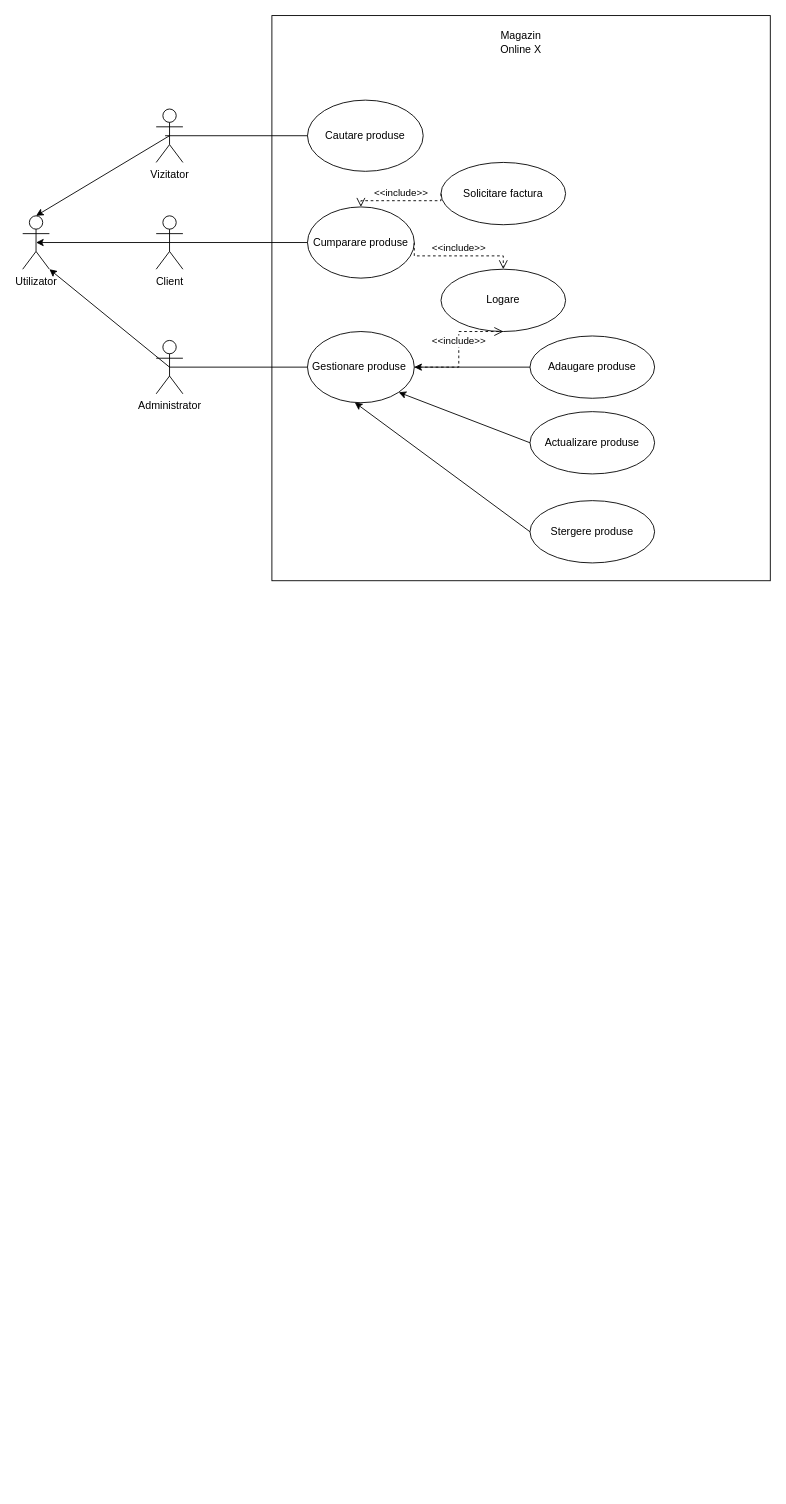
CrutoiAlexandru/APSI keeps this draw.io diagram as 1.drawio. Above is the earlier version. Source tidied: cells renumbered, new cells numbered last; positions are measured from the earlier drawing's top-left corner, leaving out a move shared by most shapes. Both pictures are drawn from the tidied source at 89%, with x=0, y=0 at pixel (22, 15).
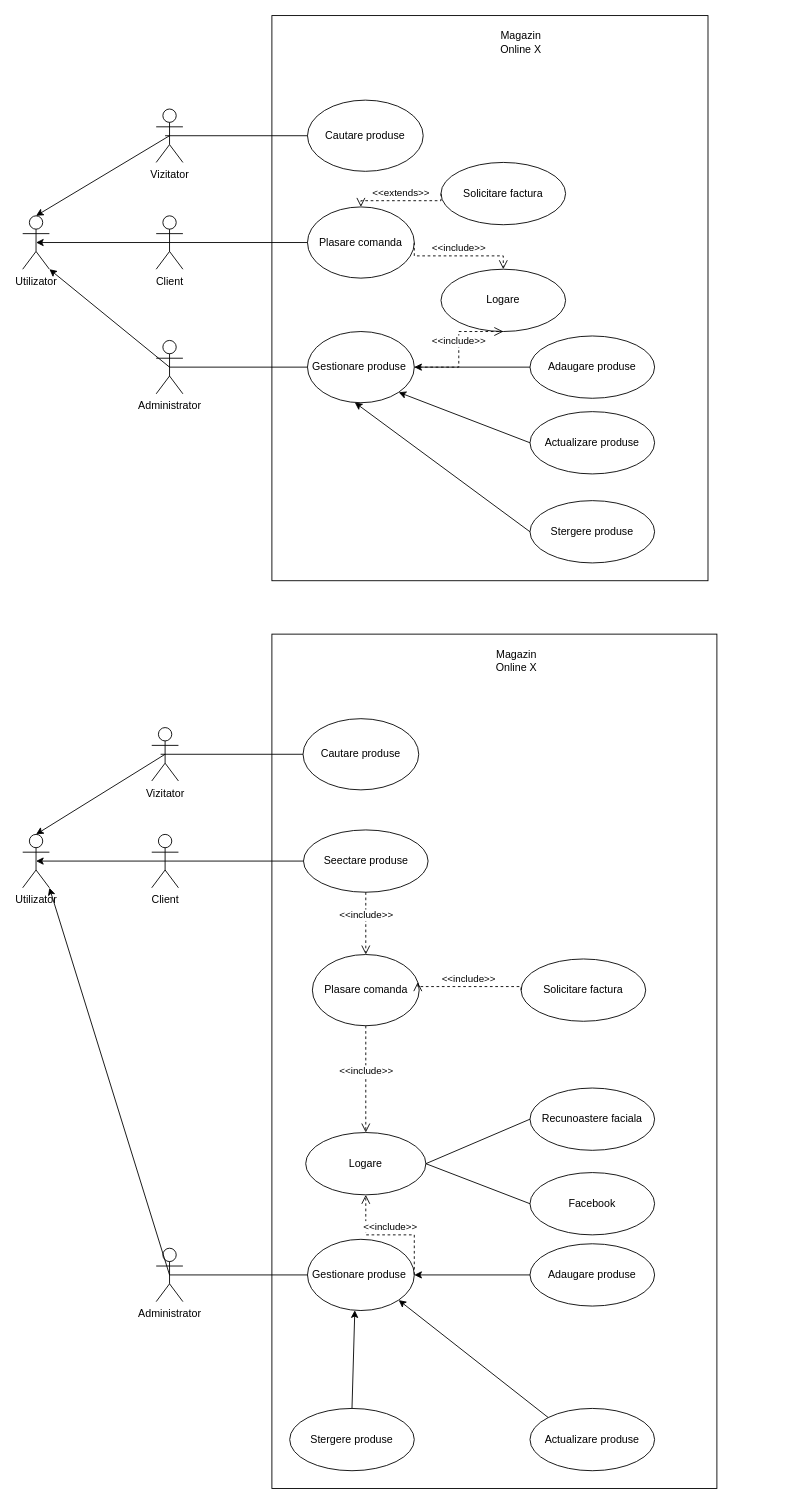
Above is the later version.

Unchanged cells that the change refers to:
```xml
<mxCell id="20" value="Solicitare factura" style="ellipse;whiteSpace=wrap;html=1;" parent="1" vertex="1">
  <mxGeometry x="470" y="165" width="140" height="70" as="geometry" />
</mxCell>
```

Change to the diagram source:
```diff
@@
     <mxCell id="2" value="&lt;div style=&quot;&quot;&gt;&lt;br&gt;&lt;/div&gt;&lt;div style=&quot;&quot;&gt;&lt;br&gt;&lt;/div&gt;" style="html=1;align=center;" parent="1" vertex="1">
-      <mxGeometry x="280" width="560" height="635" as="geometry" />
+      <mxGeometry x="280" width="490" height="635" as="geometry" />
     </mxCell>
@@
-    <mxCell id="4" value="Cumparare produse" style="ellipse;whiteSpace=wrap;html=1;" parent="1" vertex="1">
+    <mxCell id="4" value="Plasare comanda" style="ellipse;whiteSpace=wrap;html=1;" parent="1" vertex="1">
       <mxGeometry x="320" y="215" width="120" height="80" as="geometry" />
     </mxCell>
@@
-    <mxCell id="21" value="&amp;lt;&amp;lt;include&amp;gt;&amp;gt;" style="html=1;verticalAlign=bottom;endArrow=open;dashed=1;endSize=8;edgeStyle=elbowEdgeStyle;elbow=vertical;curved=0;rounded=0;entryX=0.5;entryY=0;entryDx=0;entryDy=0;exitX=0;exitY=0.5;exitDx=0;exitDy=0;" parent="1" edge="1" source="20" target="4">
+    <mxCell id="21" value="&amp;lt;&amp;lt;extends&amp;gt;&amp;gt;" style="html=1;verticalAlign=bottom;endArrow=open;dashed=1;endSize=8;edgeStyle=elbowEdgeStyle;elbow=vertical;curved=0;rounded=0;entryX=0.5;entryY=0;entryDx=0;entryDy=0;exitX=0;exitY=0.5;exitDx=0;exitDy=0;" parent="1" edge="1" source="20" target="4">
       <mxGeometry relative="1" as="geometry" />
     </mxCell>
@@
+    <mxCell id="28" value="&lt;div style=&quot;&quot;&gt;&lt;br&gt;&lt;/div&gt;&lt;div style=&quot;&quot;&gt;&lt;br&gt;&lt;/div&gt;" style="html=1;align=center;" parent="1" vertex="1">
+      <mxGeometry x="280" y="695" width="500" height="960" as="geometry" />
+    </mxCell>
+    <mxCell id="29" value="Client&lt;br&gt;" style="shape=umlActor;verticalLabelPosition=bottom;verticalAlign=top;html=1;" parent="1" vertex="1">
+      <mxGeometry x="145" y="920" width="30" height="60" as="geometry" />
+    </mxCell>
+    <mxCell id="30" value="Plasare comanda" style="ellipse;whiteSpace=wrap;html=1;" parent="1" vertex="1">
+      <mxGeometry x="325.5" y="1055" width="120" height="80" as="geometry" />
+    </mxCell>
+    <mxCell id="31" value="Magazin Online X" style="text;html=1;strokeColor=none;fillColor=none;align=center;verticalAlign=middle;whiteSpace=wrap;rounded=0;" parent="1" vertex="1">
+      <mxGeometry x="525" y="710" width="60" height="30" as="geometry" />
+    </mxCell>
+    <mxCell id="32" value="Gestionare produse&lt;span style=&quot;white-space: pre;&quot;&gt; &lt;/span&gt;" style="ellipse;whiteSpace=wrap;html=1;" parent="1" vertex="1">
+      <mxGeometry x="320" y="1375" width="120" height="80" as="geometry" />
+    </mxCell>
+    <mxCell id="33" value="Utilizator" style="shape=umlActor;verticalLabelPosition=bottom;verticalAlign=top;html=1;" parent="1" vertex="1">
+      <mxGeometry y="920" width="30" height="60" as="geometry" />
+    </mxCell>
+    <mxCell id="34" value="Vizitator" style="shape=umlActor;verticalLabelPosition=bottom;verticalAlign=top;html=1;" parent="1" vertex="1">
+      <mxGeometry x="145" y="800" width="30" height="60" as="geometry" />
+    </mxCell>
+    <mxCell id="35" value="Administrator" style="shape=umlActor;verticalLabelPosition=bottom;verticalAlign=top;html=1;" parent="1" vertex="1">
+      <mxGeometry x="150" y="1385" width="30" height="60" as="geometry" />
+    </mxCell>
+    <mxCell id="36" style="endArrow=classic;html=1;rounded=0;exitX=0.5;exitY=0.5;exitDx=0;exitDy=0;exitPerimeter=0;entryX=0.5;entryY=0;entryDx=0;entryDy=0;entryPerimeter=0;" parent="1" edge="1" source="34" target="33">
+      <mxGeometry relative="1" as="geometry" />
+    </mxCell>
+    <mxCell id="37" style="endArrow=classic;html=1;rounded=0;exitX=0.5;exitY=0.5;exitDx=0;exitDy=0;exitPerimeter=0;entryX=0.5;entryY=0.5;entryDx=0;entryDy=0;entryPerimeter=0;" parent="1" edge="1" source="29" target="33">
+      <mxGeometry relative="1" as="geometry" />
+    </mxCell>
+    <mxCell id="38" style="endArrow=classic;html=1;rounded=0;exitX=0.5;exitY=0.5;exitDx=0;exitDy=0;exitPerimeter=0;entryX=1;entryY=1;entryDx=0;entryDy=0;entryPerimeter=0;" parent="1" edge="1" source="35" target="33">
+      <mxGeometry relative="1" as="geometry" />
+    </mxCell>
+    <mxCell id="39" value="Cautare produse" style="ellipse;whiteSpace=wrap;html=1;" parent="1" vertex="1">
+      <mxGeometry x="315" y="790" width="130" height="80" as="geometry" />
+    </mxCell>
+    <mxCell id="40" style="endArrow=none;html=1;rounded=0;exitX=0.5;exitY=0.5;exitDx=0;exitDy=0;exitPerimeter=0;entryX=0;entryY=0.5;entryDx=0;entryDy=0;" parent="1" edge="1" source="29" target="58">
+      <mxGeometry relative="1" as="geometry" />
+    </mxCell>
+    <mxCell id="41" style="endArrow=none;html=1;rounded=0;exitX=0;exitY=0.5;exitDx=0;exitDy=0;entryX=0.5;entryY=0.5;entryDx=0;entryDy=0;entryPerimeter=0;" parent="1" edge="1" source="32" target="35">
+      <mxGeometry relative="1" as="geometry" />
+    </mxCell>
+    <mxCell id="42" style="endArrow=none;html=1;rounded=0;exitX=0;exitY=0.5;exitDx=0;exitDy=0;" parent="1" edge="1" source="39">
+      <mxGeometry relative="1" as="geometry">
+        <mxPoint x="155" y="830" as="targetPoint" />
+      </mxGeometry>
+    </mxCell>
+    <mxCell id="43" value="Logare" style="ellipse;whiteSpace=wrap;html=1;" parent="1" vertex="1">
+      <mxGeometry x="318" y="1255" width="135" height="70" as="geometry" />
+    </mxCell>
+    <mxCell id="44" value="&amp;lt;&amp;lt;include&amp;gt;&amp;gt;" style="html=1;verticalAlign=bottom;endArrow=open;dashed=1;endSize=8;edgeStyle=elbowEdgeStyle;elbow=vertical;curved=0;rounded=0;entryX=0.5;entryY=1;entryDx=0;entryDy=0;exitX=1;exitY=0.5;exitDx=0;exitDy=0;" parent="1" edge="1" source="32" target="43">
+      <mxGeometry relative="1" as="geometry" />
+    </mxCell>
+    <mxCell id="45" value="&amp;lt;&amp;lt;include&amp;gt;&amp;gt;" style="html=1;verticalAlign=bottom;endArrow=open;dashed=1;endSize=8;edgeStyle=elbowEdgeStyle;elbow=vertical;curved=0;rounded=0;exitX=0.5;exitY=1;exitDx=0;exitDy=0;entryX=0.5;entryY=0;entryDx=0;entryDy=0;" parent="1" edge="1" source="30" target="43">
+      <mxGeometry relative="1" as="geometry" />
+    </mxCell>
+    <mxCell id="46" value="Solicitare factura" style="ellipse;whiteSpace=wrap;html=1;" parent="1" vertex="1">
+      <mxGeometry x="560" y="1060" width="140" height="70" as="geometry" />
+    </mxCell>
+    <mxCell id="47" value="&amp;lt;&amp;lt;include&amp;gt;&amp;gt;" style="html=1;verticalAlign=bottom;endArrow=open;dashed=1;endSize=8;edgeStyle=elbowEdgeStyle;elbow=vertical;curved=0;rounded=0;entryX=0.987;entryY=0.388;entryDx=0;entryDy=0;exitX=0;exitY=0.5;exitDx=0;exitDy=0;entryPerimeter=0;" parent="1" edge="1" source="46" target="30">
+      <mxGeometry relative="1" as="geometry" />
+    </mxCell>
+    <mxCell id="48" value="Stergere produse" style="ellipse;whiteSpace=wrap;html=1;" parent="1" vertex="1">
+      <mxGeometry x="300" y="1565" width="140" height="70" as="geometry" />
+    </mxCell>
+    <mxCell id="49" value="Adaugare produse" style="ellipse;whiteSpace=wrap;html=1;" parent="1" vertex="1">
+      <mxGeometry x="570" y="1380" width="140" height="70" as="geometry" />
+    </mxCell>
+    <mxCell id="50" value="Actualizare produse" style="ellipse;whiteSpace=wrap;html=1;" parent="1" vertex="1">
+      <mxGeometry x="570" y="1565" width="140" height="70" as="geometry" />
+    </mxCell>
+    <mxCell id="51" style="endArrow=classic;html=1;rounded=0;exitX=0;exitY=0.5;exitDx=0;exitDy=0;entryX=1;entryY=0.5;entryDx=0;entryDy=0;" parent="1" edge="1" source="49" target="32">
+      <mxGeometry relative="1" as="geometry" />
+    </mxCell>
+    <mxCell id="52" style="endArrow=classic;html=1;rounded=0;exitX=0.5;exitY=0;exitDx=0;exitDy=0;entryX=0.443;entryY=0.997;entryDx=0;entryDy=0;entryPerimeter=0;" parent="1" edge="1" source="48" target="32">
+      <mxGeometry relative="1" as="geometry" />
+    </mxCell>
+    <mxCell id="53" style="endArrow=classic;html=1;rounded=0;entryX=1;entryY=1;entryDx=0;entryDy=0;exitX=0;exitY=0;exitDx=0;exitDy=0;" parent="1" edge="1" source="50" target="32">
+      <mxGeometry relative="1" as="geometry" />
+    </mxCell>
+    <mxCell id="54" value="Recunoastere faciala" style="ellipse;whiteSpace=wrap;html=1;" parent="1" vertex="1">
+      <mxGeometry x="570" y="1205" width="140" height="70" as="geometry" />
+    </mxCell>
+    <mxCell id="55" value="Facebook" style="ellipse;whiteSpace=wrap;html=1;" parent="1" vertex="1">
+      <mxGeometry x="570" y="1300" width="140" height="70" as="geometry" />
+    </mxCell>
+    <mxCell id="56" style="endArrow=none;html=1;rounded=0;exitX=1;exitY=0.5;exitDx=0;exitDy=0;entryX=0;entryY=0.5;entryDx=0;entryDy=0;" parent="1" edge="1" source="43" target="54">
+      <mxGeometry relative="1" as="geometry" />
+    </mxCell>
+    <mxCell id="57" style="endArrow=none;html=1;rounded=0;exitX=1;exitY=0.5;exitDx=0;exitDy=0;entryX=0;entryY=0.5;entryDx=0;entryDy=0;" parent="1" edge="1" source="43" target="55">
+      <mxGeometry relative="1" as="geometry" />
+    </mxCell>
+    <mxCell id="58" value="Seectare produse" style="ellipse;whiteSpace=wrap;html=1;" parent="1" vertex="1">
+      <mxGeometry x="315.5" y="915" width="140" height="70" as="geometry" />
+    </mxCell>
+    <mxCell id="59" value="&amp;lt;&amp;lt;include&amp;gt;&amp;gt;" style="html=1;verticalAlign=bottom;endArrow=open;dashed=1;endSize=8;edgeStyle=elbowEdgeStyle;elbow=vertical;curved=0;rounded=0;entryX=0.5;entryY=0;entryDx=0;entryDy=0;exitX=0.5;exitY=1;exitDx=0;exitDy=0;" parent="1" edge="1" source="58" target="30">
+      <mxGeometry relative="1" as="geometry" />
+    </mxCell>
```
